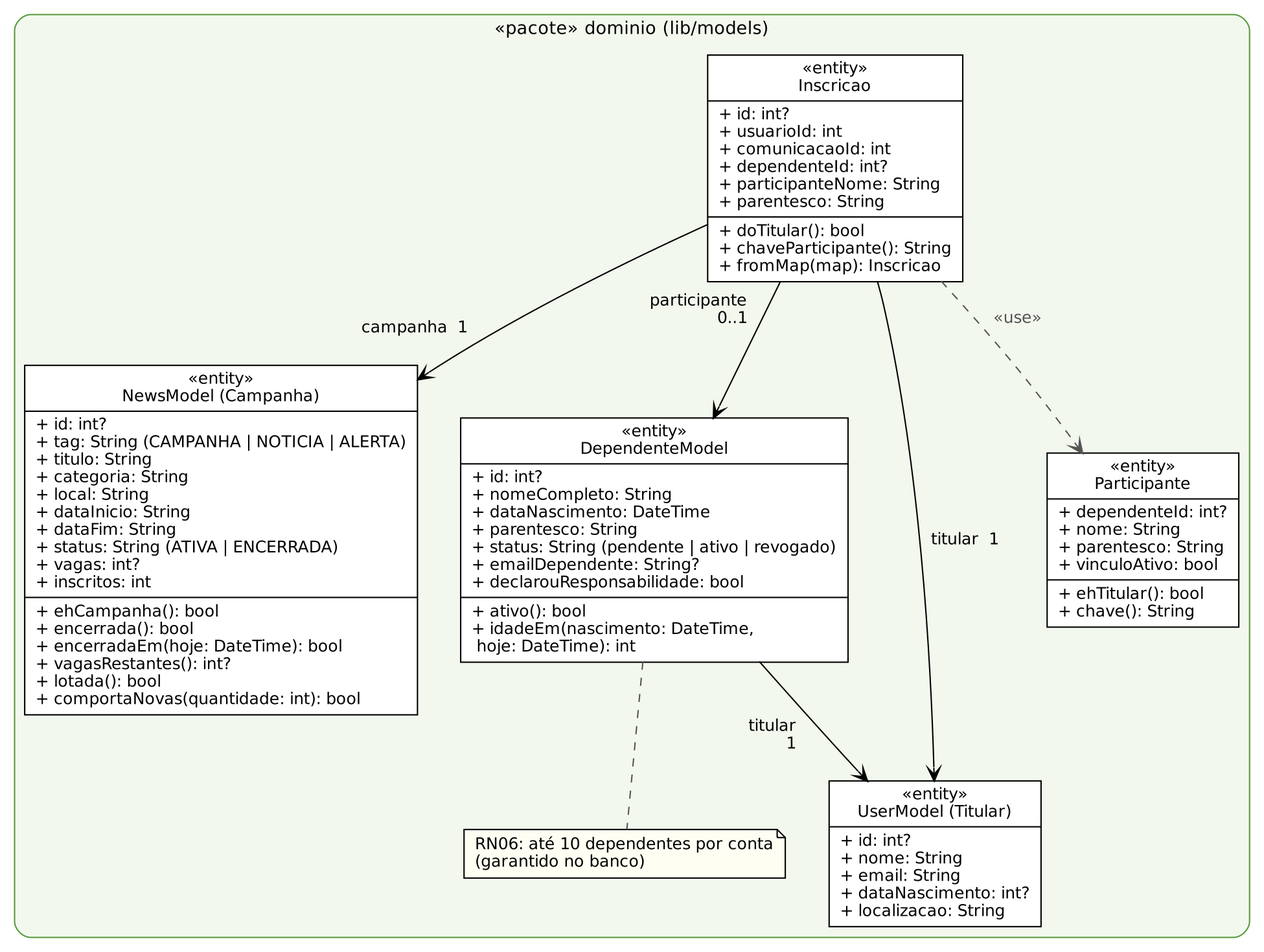
Above: qualidade/diagramas/ex02_classes_dominio.png in Conecta-Vida/Conecta-Vida-Mobile (Graphviz), before the change. Its source is kept beside it as qualidade/diagramas/ex02_classes_dominio.dot.
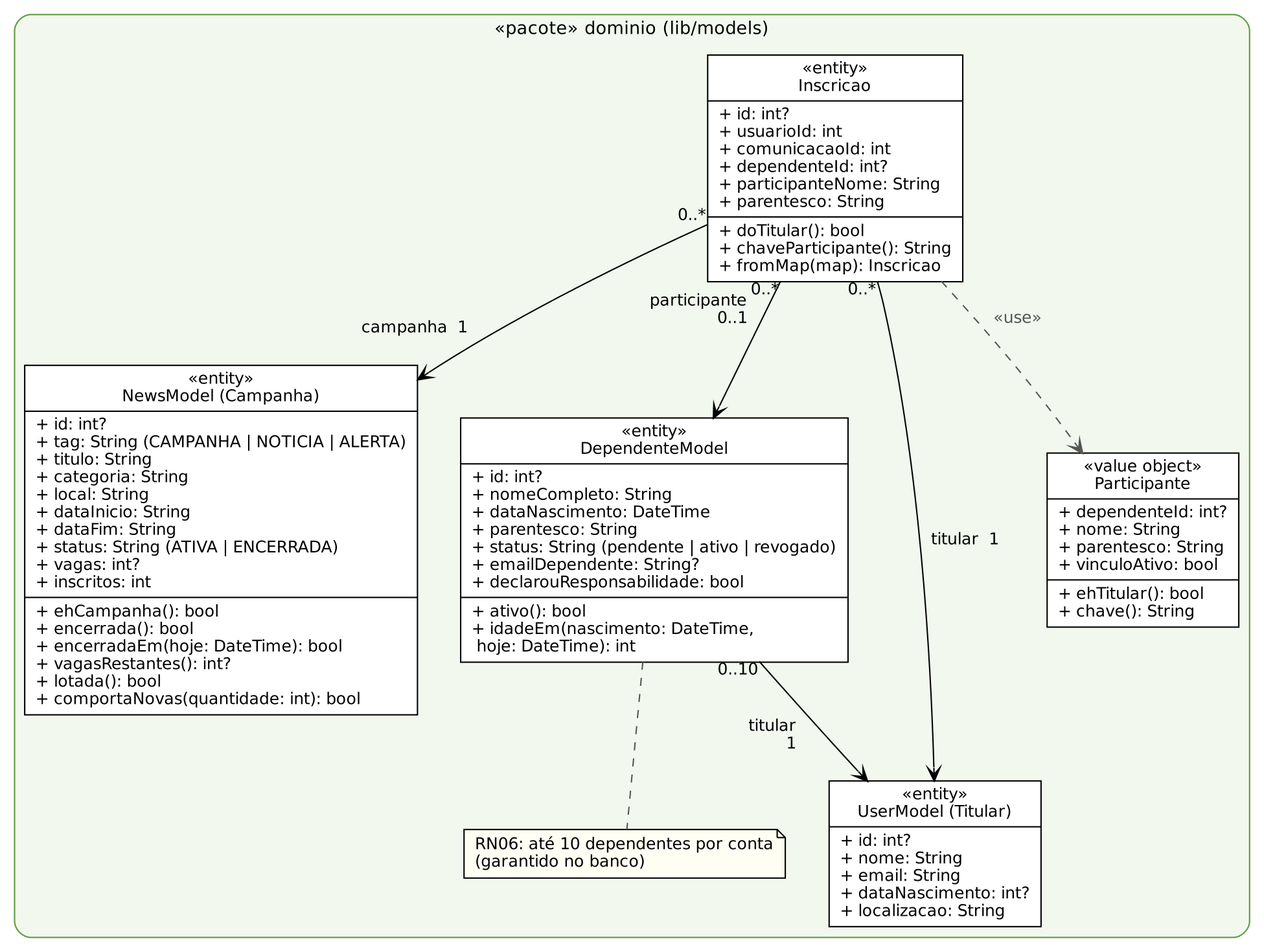
Above is the later version.

Commit message:
docs(qualidade): multiplicidades no diagrama de domínio e sequências S13, S17 e S19 na planilha

The edit, as a diff of the source:
```diff
@@ -43,7 +43,7 @@
 			pos="161,302.5",
 			rects="15.5,397.5,306.5,431.5 15.5,259.5,306.5,397.5 15.5,173.5,306.5,259.5",
 			width=4.0417];
-		Inscricao -> Campanha	[arrowhead=vee,
+		Inscricao -> Campanha	[arrowhead=vee, taillabel="0..*", labelangle=-35, labeldistance=2.2,
 			label="campanha  1\l",
 			lp="304.4,459.5",
 			pos="e,306.56,421.21 521.23,536.29 462.48,509.56 386.39,472.19 323,432 320.36,430.32 317.71,428.61 315.05,426.87"];
@@ -54,7 +54,7 @@
 			pos="482,302.5",
 			rects="338.5,358.5,625.5,392.5 338.5,259.5,625.5,358.5 338.5,212.5,625.5,259.5",
 			width=3.9861];
-		Inscricao -> Dependente	[arrowhead=vee,
+		Inscricao -> Dependente	[arrowhead=vee, taillabel="0..*", labelangle=-35, labeldistance=2.2,
 			label="participante\r0..1\r",
 			lp="515.0,473.0",
 			pos="e,525.69,392.68 575.43,494.2 561.19,465.13 545.05,432.19 530.24,401.97"];
@@ -63,12 +63,12 @@
 			pos="690,70",
 			rects="611.5,89.5,768.5,123.5 611.5,16.5,768.5,89.5",
 			width=2.1806];
-		Inscricao -> Usuario	[arrowhead=vee,
+		Inscricao -> Usuario	[arrowhead=vee, taillabel="0..*", labelangle=35, labeldistance=2.2,
 			label="titular  1",
 			lp="712.5,302.5",
 			pos="e,689.36,123.78 647.27,494.24 649.04,488.12 650.64,481.99 652,476 678.87,357.18 686.78,214.59 689.09,134.22"];
 		Participante	[height=1.7917,
-			label="{«entity»\nParticipante|+ dependenteId: int?\l+ nome: String\l+ parentesco: String\l+ vinculoAtivo: bool\l|+ ehTitular(): bool\l+ \
+			label="{«value object»\nParticipante|+ dependenteId: int?\l+ nome: String\l+ parentesco: String\l+ vinculoAtivo: bool\l|+ ehTitular(): bool\l+ \
 chave(): String\l}",
 			pos="844,302.5",
 			rects="773,332.5,915,366.5 773,272.5,915,332.5 773,238.5,915,272.5",
@@ -80,7 +80,7 @@
 			lp="751.6,466.6",
 			pos="e,799.39,366.6 694.55,494.38 712.84,474.33 731.94,452.69 749,432 763.91,413.91 779.33,393.77 793.29,374.89",
 			style=dashed];
-		Dependente -> Usuario	[arrowhead=vee,
+		Dependente -> Usuario	[arrowhead=vee, taillabel="0..10", labelangle=35, labeldistance=2.4,
 			label="titular\r1\r",
 			lp="569.7,157.7",
 			pos="e,640.05,123.55 559.8,212.46 580.22,189.38 602.31,164.65 623,142 626.26,138.43 629.62,134.78 633.02,131.11"];
```
